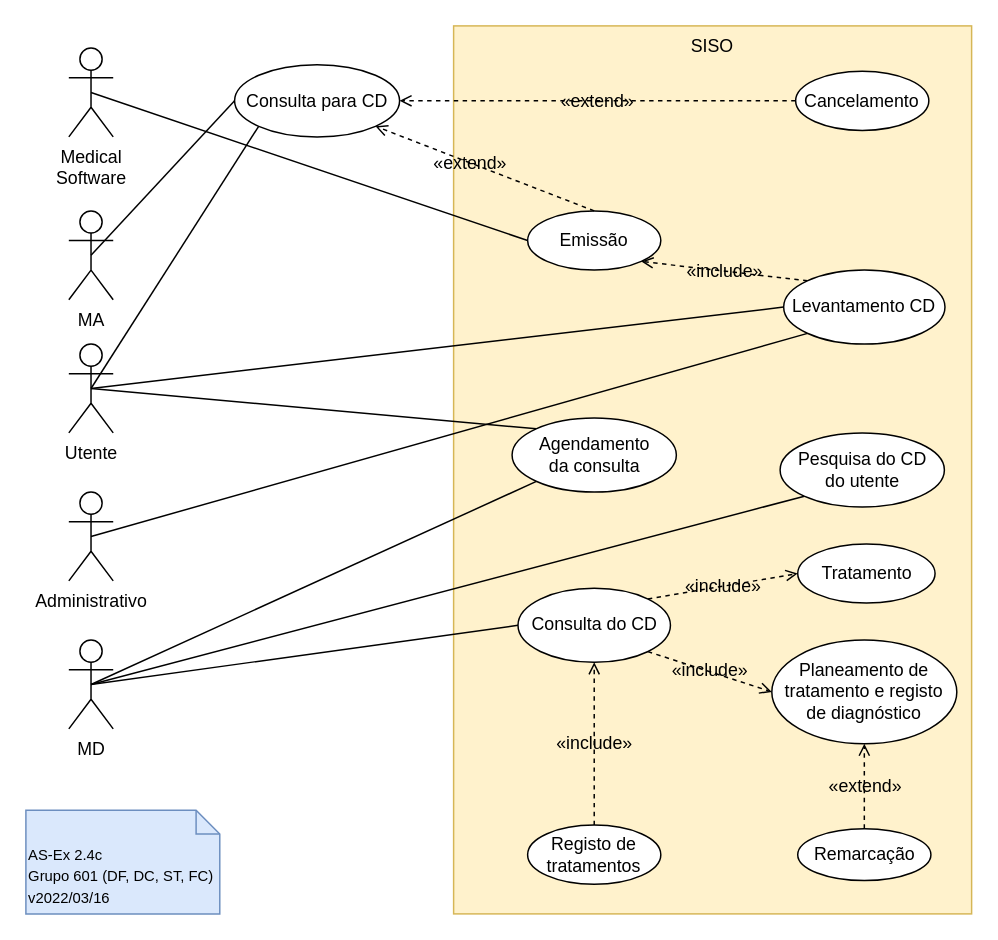
DavidAraujo98/AS keeps this draw.io diagram as page "2.4c" (3 of 3) of P/P2/P2.drawio. Above is the earlier version. Source tidied: cells renumbered, new cells numbered last; positions are measured from the earlier drawing's top-left corner, leaving out a move shared by most shapes. Both pictures are drawn from the tidied source at 148%, with x=0, y=0 at pixel (25, 25).
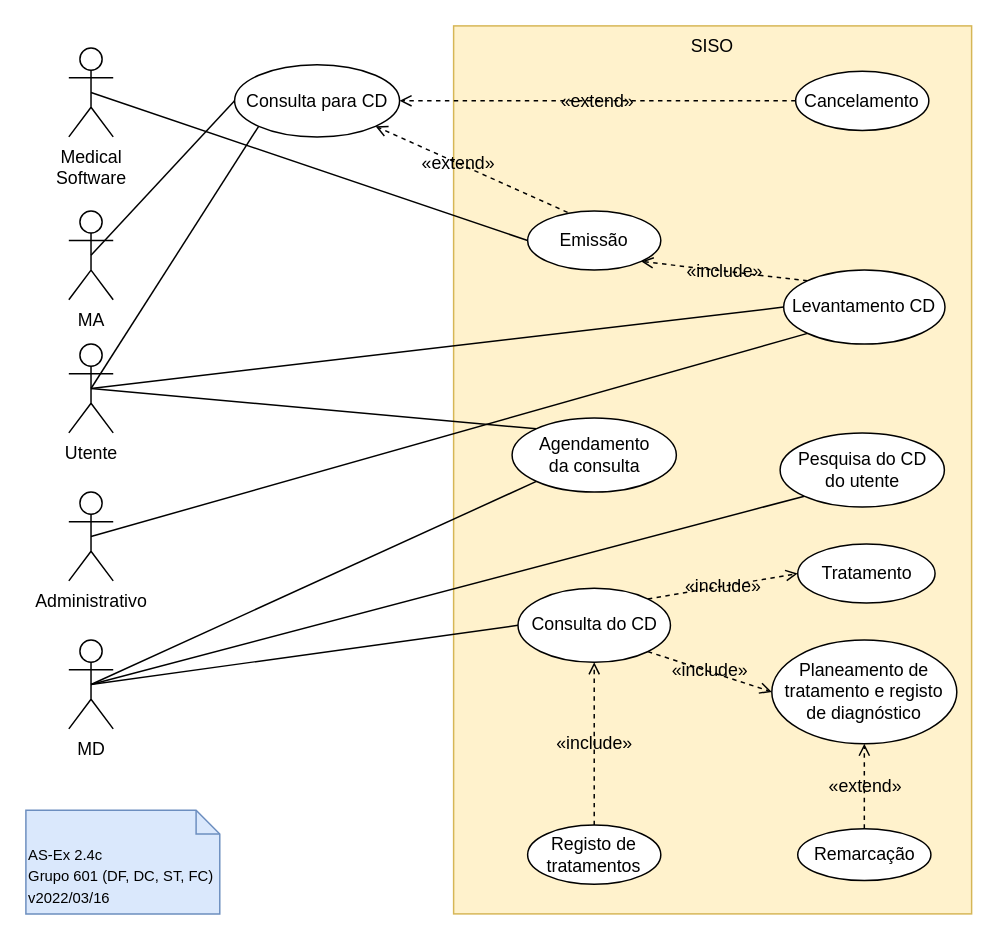
The same diagram, later.

The change refers to these unchanged cells:
```xml
<mxCell id="15" value="Consulta para CD" style="ellipse;whiteSpace=wrap;html=1;" parent="1" vertex="1">
  <mxGeometry x="141" y="26.2" width="111.5" height="48.8" as="geometry" />
</mxCell>
<mxCell id="16" value="Emissão" style="ellipse;whiteSpace=wrap;html=1;fontSize=12;" parent="1" vertex="1">
  <mxGeometry x="339" y="125" width="90" height="40" as="geometry" />
</mxCell>
```

Change to the diagram source:
```diff
@@
-    <mxCell id="19" value="«extend»" style="endArrow=open;dashed=1;html=1;rounded=0;labelBackgroundColor=none;fontSize=12;entryX=1;entryY=1;entryDx=0;entryDy=0;endFill=0;exitX=0.5;exitY=0;exitDx=0;exitDy=0;" parent="1" edge="1" source="16" target="15">
+    <mxCell id="19" value="«extend»" style="endArrow=open;dashed=1;html=1;rounded=0;labelBackgroundColor=none;fontSize=12;entryX=1;entryY=1;entryDx=0;entryDy=0;endFill=0;exitX=0.3;exitY=0.025;exitDx=0;exitDy=0;exitPerimeter=0;" parent="1" edge="1" source="16" target="15">
       <mxGeometry x="0.14" relative="1" as="geometry" />
     </mxCell>
```
